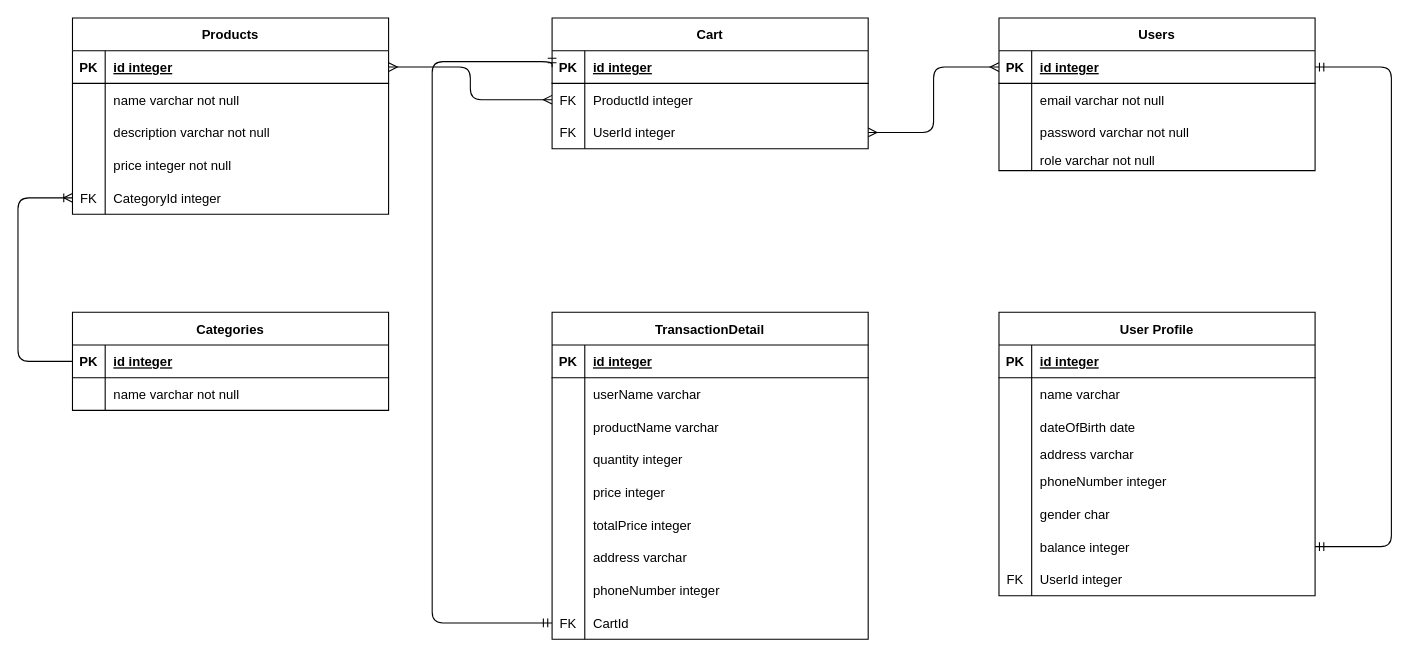
This is dbSchema.drawio from marcoabelz/pairProject, a draw.io file, before an edit. Source tidied: cells renumbered, new cells numbered last; positions are measured from the earlier drawing's top-left corner, leaving out a move shared by most shapes. Both pictures are drawn from the tidied source at 109%, with x=0, y=0 at pixel (17, 17).
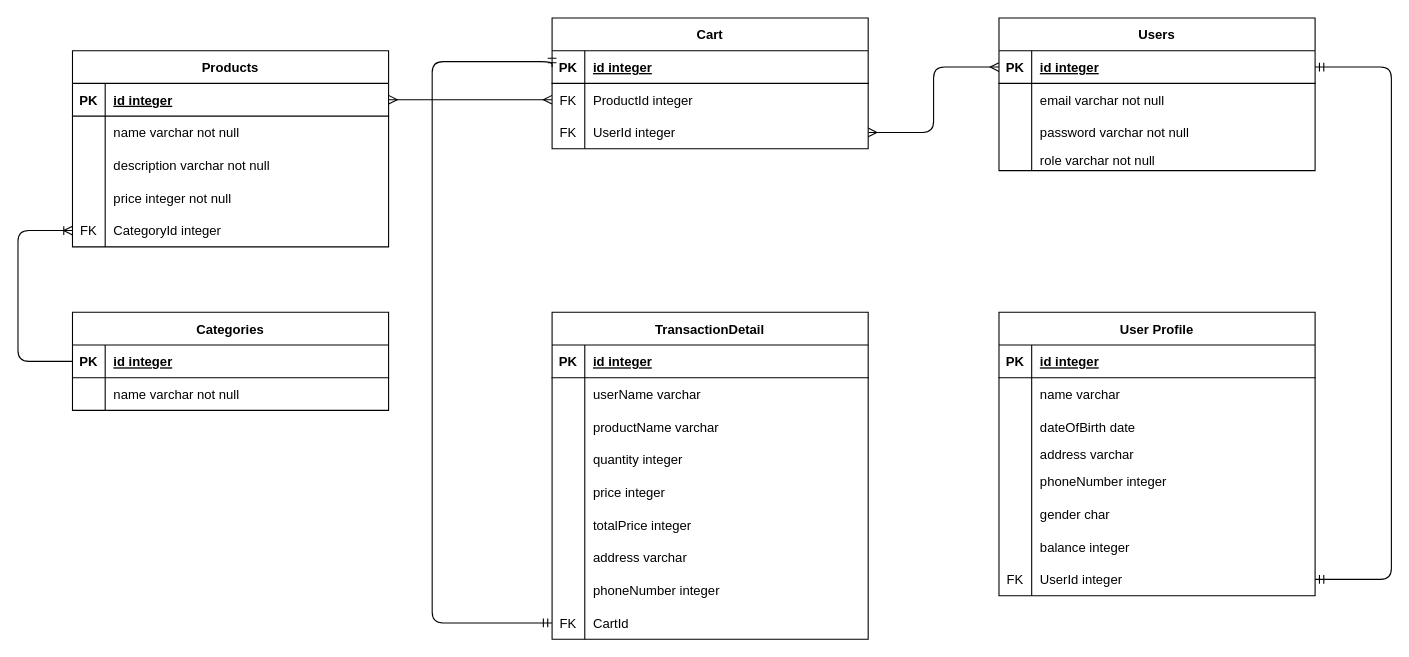
The same diagram, later.

The change refers to these unchanged cells:
```xml
<mxCell id="15" style="shape=tableRow;horizontal=0;startSize=0;swimlaneHead=0;swimlaneBody=0;fillColor=none;points=[[0,0.5],[1,0.5]];portConstraint=eastwest;top=0;left=0;right=0;bottom=0;" parent="2" vertex="1">
  <mxGeometry y="150" width="290" height="30" as="geometry" />
</mxCell>
<mxCell id="19" style="shape=tableRow;horizontal=0;startSize=0;swimlaneHead=0;swimlaneBody=0;fillColor=none;points=[[0,0.5],[1,0.5]];portConstraint=eastwest;top=0;left=0;right=0;bottom=1;" parent="18" vertex="1">
  <mxGeometry y="30" width="290" height="30" as="geometry" />
</mxCell>
<mxCell id="26" style="shape=tableRow;horizontal=0;startSize=0;swimlaneHead=0;swimlaneBody=0;fillColor=none;points=[[0,0.5],[1,0.5]];portConstraint=eastwest;top=0;left=0;right=0;bottom=1;" parent="25" vertex="1">
  <mxGeometry y="30" width="290" height="30" as="geometry" />
</mxCell>
<mxCell id="68" style="shape=tableRow;horizontal=0;startSize=0;swimlaneHead=0;swimlaneBody=0;fillColor=none;points=[[0,0.5],[1,0.5]];portConstraint=eastwest;top=0;left=0;right=0;bottom=0;" parent="49" vertex="1">
  <mxGeometry y="200" width="290" height="30" as="geometry" />
</mxCell>
<mxCell id="71" style="shape=tableRow;horizontal=0;startSize=0;swimlaneHead=0;swimlaneBody=0;fillColor=none;points=[[0,0.5],[1,0.5]];portConstraint=eastwest;top=0;left=0;right=0;bottom=0;" parent="49" vertex="1">
  <mxGeometry y="230" width="290" height="30" as="geometry" />
</mxCell>
```

Diff of the diagram source:
```diff
@@
     <mxCell id="2" value="Products" style="shape=table;startSize=30;childLayout=tableLayout;rowLines=0;fontStyle=1;align=center;" parent="1" vertex="1">
-      <mxGeometry x="50" width="290" height="180" as="geometry" />
+      <mxGeometry x="50" y="30" width="290" height="180" as="geometry" />
     </mxCell>
@@
     <mxCell id="48" style="edgeStyle=orthogonalEdgeStyle;fontSize=12;html=1;endArrow=ERoneToMany;exitX=0;exitY=0.5;exitDx=0;exitDy=0;entryX=0;entryY=0.5;entryDx=0;entryDy=0;" parent="1" edge="1" source="19" target="15">
       <mxGeometry relative="1" as="geometry">
         <Array as="points">
           <mxPoint y="315" />
-          <mxPoint y="165" />
+          <mxPoint y="195" />
         </Array>
       </mxGeometry>
     </mxCell>
@@
-    <mxCell id="102" style="edgeStyle=orthogonalEdgeStyle;fontSize=12;html=1;endArrow=ERmandOne;startArrow=ERmandOne;entryX=1;entryY=0.5;entryDx=0;entryDy=0;exitX=1;exitY=0.5;exitDx=0;exitDy=0;" parent="1" edge="1" source="26" target="68">
+    <mxCell id="102" style="edgeStyle=orthogonalEdgeStyle;fontSize=12;html=1;endArrow=ERmandOne;startArrow=ERmandOne;entryX=1;entryY=0.5;entryDx=0;entryDy=0;exitX=1;exitY=0.5;exitDx=0;exitDy=0;" parent="1" edge="1" source="26" target="71">
       <mxGeometry relative="1" as="geometry">
         <Array as="points">
           <mxPoint x="1260" y="45" />
-          <mxPoint x="1260" y="485" />
+          <mxPoint x="1260" y="515" />
         </Array>
       </mxGeometry>
     </mxCell>
```
